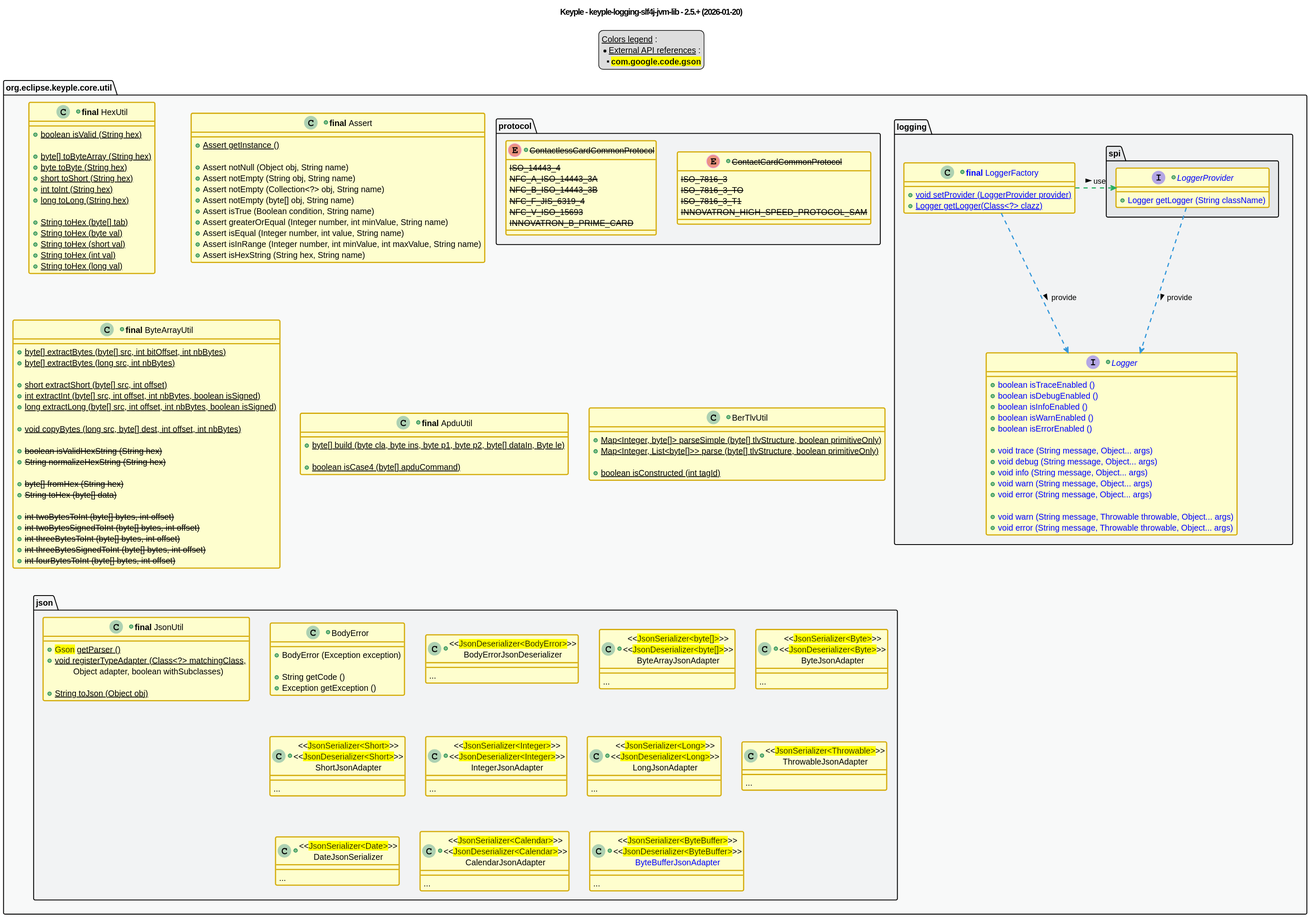
Earlier version of the PlantUML export src/main/uml/api_class_diagram.svg (eclipse-keyple/keyple-logging-slf4j-jvm-lib).
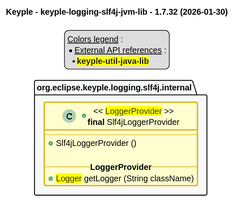
The same file after the commit.

The edit, as a diff of the source:
```diff
@@ -1,6 +1,6 @@
 @startuml
 title
-    Keyple - keyple-util-java-lib - 2.5.+ (2026-01-20)
+    Keyple - keyple-logging-slf4j-jvm-lib - 1.7.32 (2026-01-30)
 end title
 
 
@@ -43,188 +43,21 @@
 legend top
     __Colors legend__ :
     * __External API references__ :
-    ** <back:yellow>**com.google.code.gson**</back>
+    ** <back:yellow>**keyple-util-java-lib**</back>
 end legend
 
-package "org.eclipse.keyple.core.util" as util {
-    +class "**final** Assert" as Assert {
-        +{static} Assert getInstance ()
+package "org.eclipse.keyple.logging.slf4j.internal" as api {
+    +class "<< <back:yellow>LoggerProvider</back> >>\n**final** Slf4jLoggerProvider" as Slf4jLoggerProvider {
+        --
+        +Slf4jLoggerProvider ()
 
-        +Assert notNull (Object obj, String name)
-        +Assert notEmpty (String obj, String name)
-        +Assert notEmpty (Collection<?> obj, String name)
-        +Assert notEmpty (byte[] obj, String name)
-        +Assert isTrue (Boolean condition, String name)
-        +Assert greaterOrEqual (Integer number, int minValue, String name)
-        +Assert isEqual (Integer number, int value, String name)
-        +Assert isInRange (Integer number, int minValue, int maxValue, String name)
-        +Assert isHexString (String hex, String name)
-    }
-    +class "**final** ByteArrayUtil" as ByteArrayUtil {
-        +{static} byte[] extractBytes (byte[] src, int bitOffset, int nbBytes)
-        +{static} byte[] extractBytes (long src, int nbBytes)
-
-        +{static} short extractShort (byte[] src, int offset)
-        +{static} int extractInt (byte[] src, int offset, int nbBytes, boolean isSigned)
-        +{static} long extractLong (byte[] src, int offset, int nbBytes, boolean isSigned)
-
-        +{static} void copyBytes (long src, byte[] dest, int offset, int nbBytes)
-
-        +<s>boolean isValidHexString (String hex)
-        +<s>String normalizeHexString (String hex)
-
-        +<s>byte[] fromHex (String hex)
-        +<s>String toHex (byte[] data)
-
-        +<s>int twoBytesToInt (byte[] bytes, int offset)
-        +<s>int twoBytesSignedToInt (byte[] bytes, int offset)
-        +<s>int threeBytesToInt (byte[] bytes, int offset)
-        +<s>int threeBytesSignedToInt (byte[] bytes, int offset)
-        +<s>int fourBytesToInt (byte[] bytes, int offset)
-    }
-    +class "**final** HexUtil" as HexUtil {
-        +{static} boolean isValid (String hex)
-
-        +{static} byte[] toByteArray (String hex)
-        +{static} byte toByte (String hex)
-        +{static} short toShort (String hex)
-        +{static} int toInt (String hex)
-        +{static} long toLong (String hex)
-
-        +{static} String toHex (byte[] tab)
-        +{static} String toHex (byte val)
-        +{static} String toHex (short val)
-        +{static} String toHex (int val)
-        +{static} String toHex (long val)
-    }
-    +class "**final** ApduUtil" as ApduUtil {
-        +{static} byte[] build (byte cla, byte ins, byte p1, byte p2, byte[] dataIn, Byte le)
-
-        +{static} boolean isCase4 (byte[] apduCommand)
-    }
-    +class BerTlvUtil {
-        +{static} Map<Integer, byte[]> parseSimple (byte[] tlvStructure, boolean primitiveOnly)
-        +{static} Map<Integer, List<byte[]>> parse (byte[] tlvStructure, boolean primitiveOnly)
-
-        +{static} boolean isConstructed (int tagId)
-    }
-    package json {
-        +class "**final** JsonUtil" as JsonUtil {
-            +{static} <back:yellow>Gson</back> getParser ()
-            +{static} void registerTypeAdapter (Class<?> matchingClass,
-                \tObject adapter, boolean withSubclasses)
-
-            +{static} String toJson (Object obj)
-        }
-        +class BodyError {
-            +BodyError (Exception exception)
-
-            +String getCode ()
-            +Exception getException ()
-        }
-        +class "<<<back:yellow>JsonDeserializer<BodyError></back>>>\nBodyErrorJsonDeserializer" as BodyErrorJsonDeserializer {
-            __
-            ...
-        }
-        +class "<<<back:yellow>JsonSerializer<byte[]></back>>>\n<<<back:yellow>JsonDeserializer<byte[]></back>>>\nByteArrayJsonAdapter" as ByteArrayJsonAdapter {
-            __
-            ...
-        }
-        +class "<<<back:yellow>JsonSerializer<Byte></back>>>\n<<<back:yellow>JsonDeserializer<Byte></back>>>\nByteJsonAdapter" as ByteJsonAdapter {
-            __
-            ...
-        }
-        +class "<<<back:yellow>JsonSerializer<Short></back>>>\n<<<back:yellow>JsonDeserializer<Short></back>>>\nShortJsonAdapter" as ShortJsonAdapter {
-            __
-            ...
-        }
-        +class "<<<back:yellow>JsonSerializer<Integer></back>>>\n<<<back:yellow>JsonDeserializer<Integer></back>>>\nIntegerJsonAdapter" as IntegerJsonAdapter {
-            __
-            ...
-        }
-        +class "<<<back:yellow>JsonSerializer<Long></back>>>\n<<<back:yellow>JsonDeserializer<Long></back>>>\nLongJsonAdapter" as LongJsonAdapter {
-            __
-            ...
-        }
-        +class "<<<back:yellow>JsonSerializer<Throwable></back>>>\nThrowableJsonAdapter" as ThrowableJsonAdapter {
-            __
-            ...
-        }
-        +class "<<<back:yellow>JsonSerializer<Date></back>>>\nDateJsonSerializer" as DateJsonSerializer {
-            __
-            ...
-        }
-        +class "<<<back:yellow>JsonSerializer<Calendar></back>>>\n<<<back:yellow>JsonDeserializer<Calendar></back>>>\nCalendarJsonAdapter" as CalendarJsonAdapter {
-            __
-            ...
-        }
-        +class "<<<back:yellow>JsonSerializer<ByteBuffer></back>>>\n<<<back:yellow>JsonDeserializer<ByteBuffer></back>>>\n<color:blue>ByteBufferJsonAdapter" as ByteBufferJsonAdapter {
-            __
-            ...
-        }
-    }
-    package logging {
-        +class "<color:blue>**final** LoggerFactory" as LoggerFactory {
-            +<color:blue>{static} void setProvider (LoggerProvider provider)
-            +<color:blue>{static} Logger getLogger(Class<?> clazz)
-        }
-        +interface "<color:blue>Logger" as Logger {
-            +<color:blue>boolean isTraceEnabled ()
-            +<color:blue>boolean isDebugEnabled ()
-            +<color:blue>boolean isInfoEnabled ()
-            +<color:blue>boolean isWarnEnabled ()
-            +<color:blue>boolean isErrorEnabled ()
-
-            +<color:blue>void trace (String message, Object... args)
-            +<color:blue>void debug (String message, Object... args)
-            +<color:blue>void info (String message, Object... args)
-            +<color:blue>void warn (String message, Object... args)
-            +<color:blue>void error (String message, Object... args)
-
-            +<color:blue>void warn (String message, Throwable throwable, Object... args)
-            +<color:blue>void error (String message, Throwable throwable, Object... args)
-        }
-        package spi {
-            +interface "<color:blue>LoggerProvider" as LoggerProvider {
-                +<color:blue>Logger getLogger (String className)
-            }
-        }
-    }
-    package protocol {
-        +enum "<s>ContactCardCommonProtocol</s>" as ContactCardCommonProtocol {
-            <s>ISO_7816_3
-            <s>ISO_7816_3_TO
-            <s>ISO_7816_3_T1
-            <s>INNOVATRON_HIGH_SPEED_PROTOCOL_SAM
-        }
-        +enum "<s>ContactlessCardCommonProtocol</s>" as ContactlessCardCommonProtocol {
-            <s>ISO_14443_4
-            <s>NFC_A_ISO_14443_3A
-            <s>NFC_B_ISO_14443_3B
-            <s>NFC_F_JIS_6319_4
-            <s>NFC_V_ISO_15693
-            <s>INNOVATRON_B_PRIME_CARD
-        }
+        -- **LoggerProvider** --
+        +<back:yellow>Logger</back> getLogger (String className)
     }
 }
 
 
-LoggerFactory .right.> LoggerProvider #C_USE : use >
-LoggerFactory ..> Logger #C_LINK : provide >
-
-LoggerProvider ..> Logger #C_LINK : provide >
 
 
-ByteArrayUtil -[hidden]- JsonUtil
-
-Assert -[hidden]- ByteArrayUtil
-Assert -[hidden]- ApduUtil
-Assert -[hidden]- BerTlvUtil
-
-
-package util #C_GREY1 {}
-package util.json #C_GREY2 {}
-package util.protocol #C_GREY2 {}
-package util.logging #C_GREY2 {}
-package util.logging.spi #C_GREY3 {}
+package api #C_GREY1 {}
 @enduml
```
